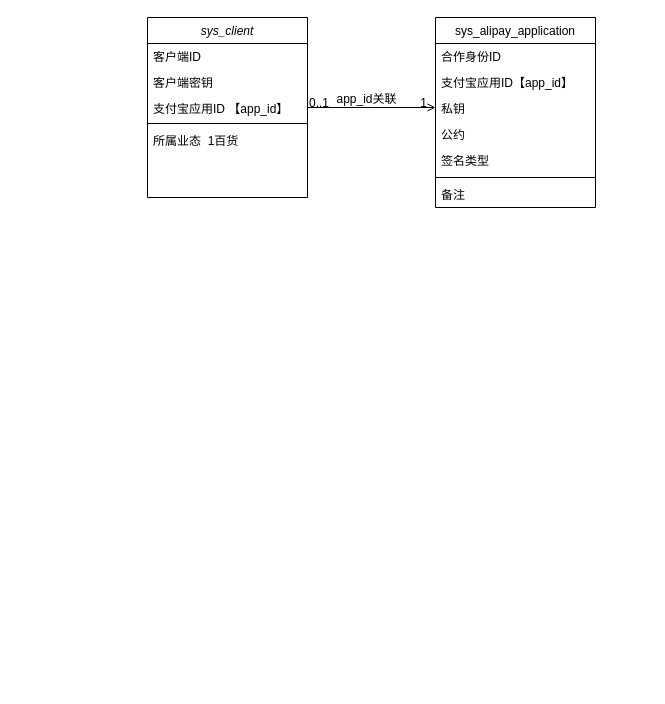
The draw.io diagram Untitled Diagram.drawio in nayouzhenai/java_web, before the edit. Source tidied: cells renumbered, new cells numbered last; positions are measured from the earlier drawing's top-left corner, leaving out a move shared by most shapes. Both pictures are drawn from the tidied source at 100%, with x=0, y=0 at pixel (147, 17).
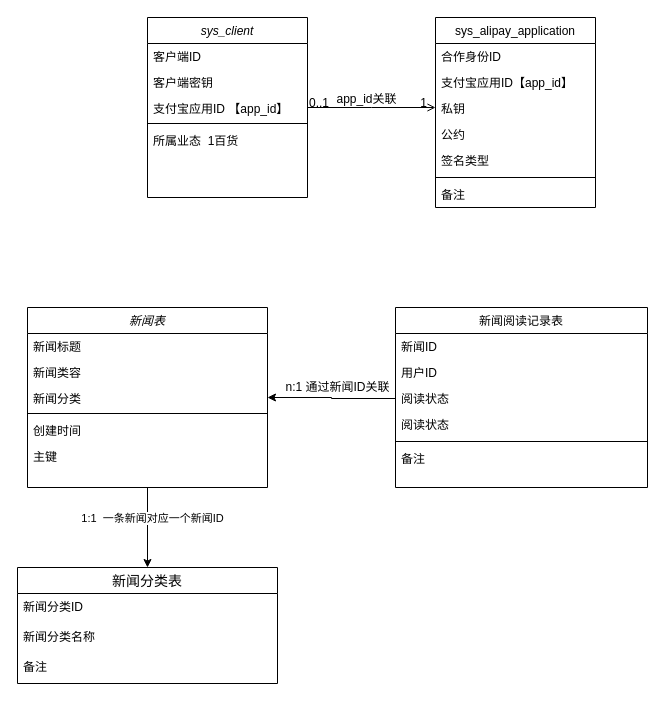
Above is the later version.

Change to the diagram source:
```diff
@@
+    <mxCell id="20" style="edgeStyle=orthogonalEdgeStyle;rounded=0;jettySize=auto;html=1;" parent="1" edge="1" source="22" target="36">
+      <mxGeometry relative="1" as="geometry" />
+    </mxCell>
+    <mxCell id="21" value="1:1&amp;nbsp; 一条新闻对应一个新闻ID" style="edgeLabel;html=1;align=center;verticalAlign=middle;" parent="20" vertex="1">
+      <mxGeometry x="-0.26" y="4" relative="1" as="geometry" />
+    </mxCell>
+    <mxCell id="22" value="新闻表" style="swimlane;fontStyle=2;align=center;verticalAlign=top;horizontal=1;startSize=26;rounded=0;shadow=0;strokeWidth=1;" parent="1" vertex="1">
+      <mxGeometry x="-120" y="290" width="240" height="180" as="geometry" />
+    </mxCell>
+    <mxCell id="23" value="新闻标题" style="text;align=left;verticalAlign=top;spacingLeft=4;spacingRight=4;overflow=hidden;" parent="22" vertex="1">
+      <mxGeometry y="26" width="240" height="26" as="geometry" />
+    </mxCell>
+    <mxCell id="24" value="新闻类容" style="text;align=left;verticalAlign=top;spacingLeft=4;spacingRight=4;overflow=hidden;rounded=0;shadow=0;html=0;" parent="22" vertex="1">
+      <mxGeometry y="52" width="240" height="26" as="geometry" />
+    </mxCell>
+    <mxCell id="25" value="新闻分类" style="text;align=left;verticalAlign=top;spacingLeft=4;spacingRight=4;overflow=hidden;points=[[0,0.5],[1,0.5]];portConstraint=eastwest;rounded=0;shadow=0;html=0;" parent="22" vertex="1">
+      <mxGeometry y="78" width="240" height="24" as="geometry" />
+    </mxCell>
+    <mxCell id="26" style="line;html=1;strokeWidth=1;align=left;verticalAlign=middle;spacingTop=-1;spacingLeft=3;spacingRight=3;labelPosition=right;" parent="22" vertex="1">
+      <mxGeometry y="102" width="240" height="8" as="geometry" />
+    </mxCell>
+    <mxCell id="27" value="创建时间" style="text;align=left;verticalAlign=top;spacingLeft=4;spacingRight=4;overflow=hidden;" parent="22" vertex="1">
+      <mxGeometry y="110" width="240" height="26" as="geometry" />
+    </mxCell>
+    <mxCell id="28" value="主键" style="text;align=left;verticalAlign=top;spacingLeft=4;spacingRight=4;overflow=hidden;rounded=0;shadow=0;html=0;" parent="22" vertex="1">
+      <mxGeometry y="136" width="240" height="24" as="geometry" />
+    </mxCell>
+    <mxCell id="29" value="新闻阅读记录表" style="swimlane;fontStyle=0;align=center;verticalAlign=top;horizontal=1;startSize=26;rounded=0;shadow=0;strokeWidth=1;" parent="1" vertex="1">
+      <mxGeometry x="248" y="290" width="252" height="180" as="geometry" />
+    </mxCell>
+    <mxCell id="30" value="新闻ID" style="text;align=left;verticalAlign=top;spacingLeft=4;spacingRight=4;overflow=hidden;" parent="29" vertex="1">
+      <mxGeometry y="26" width="252" height="26" as="geometry" />
+    </mxCell>
+    <mxCell id="31" value="用户ID" style="text;align=left;verticalAlign=top;spacingLeft=4;spacingRight=4;overflow=hidden;rounded=0;shadow=0;html=0;" parent="29" vertex="1">
+      <mxGeometry y="52" width="252" height="26" as="geometry" />
+    </mxCell>
+    <mxCell id="32" value="阅读状态" style="text;align=left;verticalAlign=top;spacingLeft=4;spacingRight=4;overflow=hidden;points=[[0,0.5],[1,0.5]];portConstraint=eastwest;rounded=0;shadow=0;html=0;" parent="29" vertex="1">
+      <mxGeometry y="78" width="252" height="26" as="geometry" />
+    </mxCell>
+    <mxCell id="33" value="阅读状态" style="text;align=left;verticalAlign=top;spacingLeft=4;spacingRight=4;overflow=hidden;rounded=0;shadow=0;html=0;" parent="29" vertex="1">
+      <mxGeometry y="104" width="252" height="26" as="geometry" />
+    </mxCell>
+    <mxCell id="34" style="line;html=1;strokeWidth=1;align=left;verticalAlign=middle;spacingTop=-1;spacingLeft=3;spacingRight=3;labelPosition=right;" parent="29" vertex="1">
+      <mxGeometry y="130" width="252" height="8" as="geometry" />
+    </mxCell>
+    <mxCell id="35" value="备注" style="text;align=left;verticalAlign=top;spacingLeft=4;spacingRight=4;overflow=hidden;" parent="29" vertex="1">
+      <mxGeometry y="138" width="252" height="26" as="geometry" />
+    </mxCell>
+    <mxCell id="36" value="新闻分类表" style="swimlane;fontStyle=0;horizontal=1;startSize=26;align=center;fontSize=14;" parent="1" vertex="1">
+      <mxGeometry x="-130" y="550" width="260" height="116" as="geometry" />
+    </mxCell>
+    <mxCell id="37" value="新闻分类ID" style="text;strokeColor=none;fillColor=none;spacingLeft=4;spacingRight=4;overflow=hidden;fontSize=12;" parent="36" vertex="1">
+      <mxGeometry y="26" width="260" height="30" as="geometry" />
+    </mxCell>
+    <mxCell id="38" value="新闻分类名称" style="text;strokeColor=none;fillColor=none;spacingLeft=4;spacingRight=4;overflow=hidden;fontSize=12;" parent="36" vertex="1">
+      <mxGeometry y="56" width="260" height="30" as="geometry" />
+    </mxCell>
+    <mxCell id="39" value="备注" style="text;strokeColor=none;fillColor=none;spacingLeft=4;spacingRight=4;overflow=hidden;fontSize=12;" parent="36" vertex="1">
+      <mxGeometry y="86" width="260" height="30" as="geometry" />
+    </mxCell>
+    <mxCell id="40" style="edgeStyle=orthogonalEdgeStyle;rounded=0;jettySize=auto;html=1;entryX=1;entryY=0.5;entryDx=0;entryDy=0;" parent="1" edge="1" source="32" target="25">
+      <mxGeometry relative="1" as="geometry" />
+    </mxCell>
+    <mxCell id="41" value="n:1 通过新闻ID关联" style="text;html=1;align=center;verticalAlign=middle;strokeColor=none;fillColor=none;" parent="1" vertex="1">
+      <mxGeometry x="130" y="360" width="120" height="20" as="geometry" />
+    </mxCell>
```
